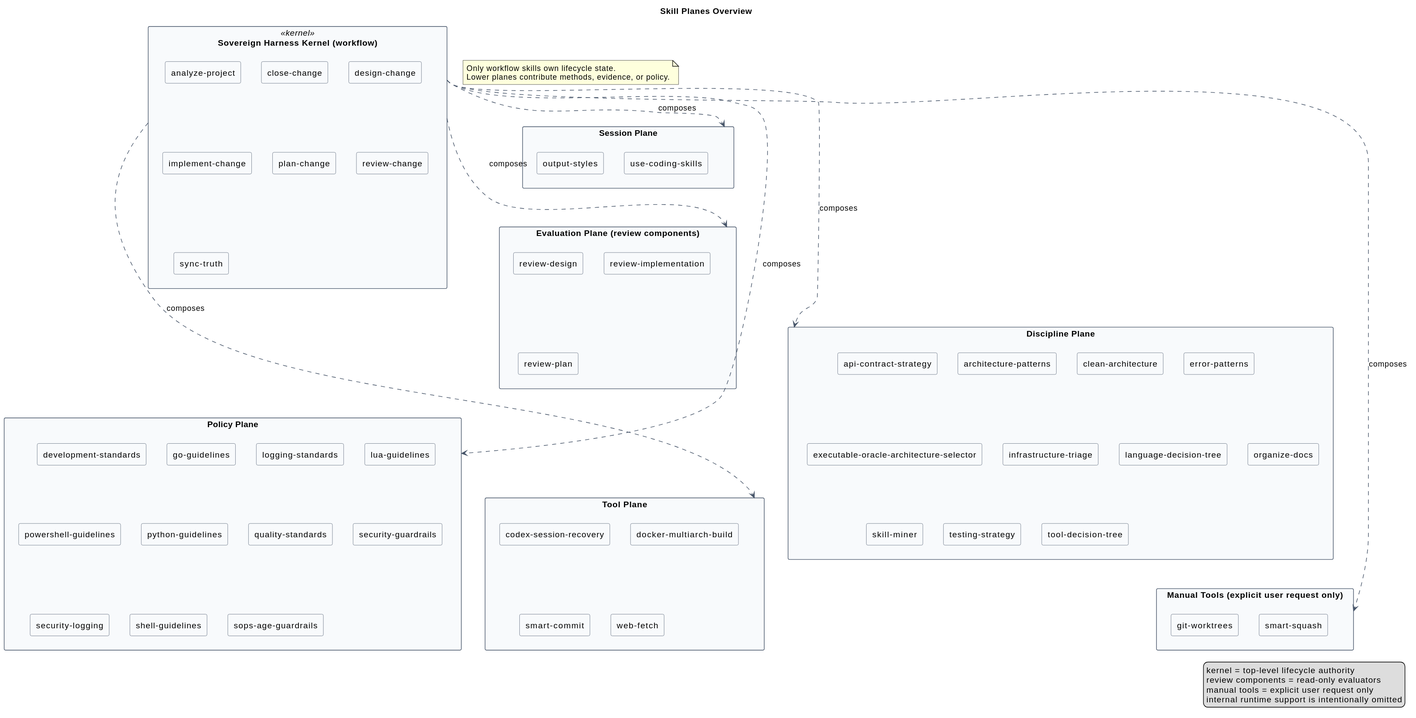
The PlantUML diagram docs/architecture/generated/skill-planes.svg in CsHeng/agent-skills, before a commit.
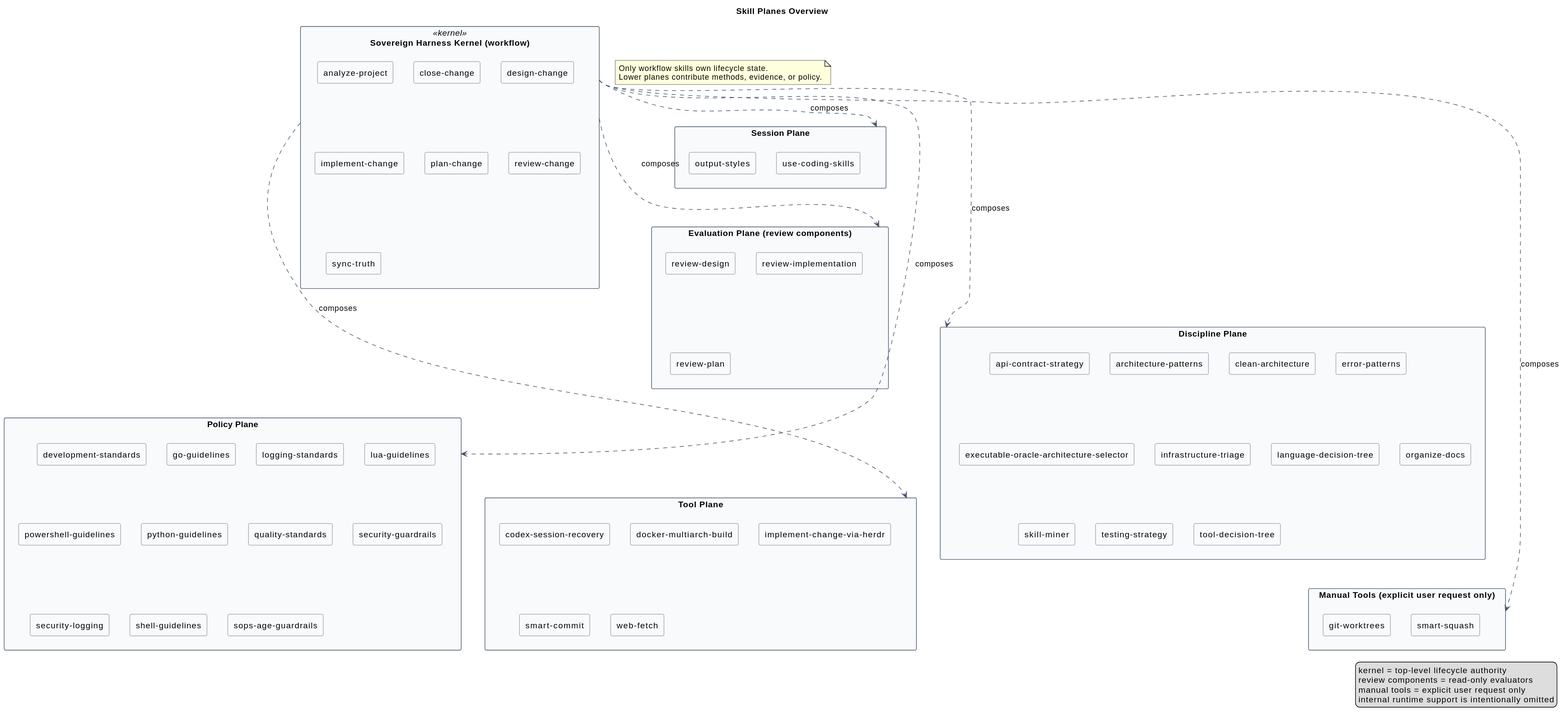
The same diagram one commit later.

What changed in the source:
```diff
@@ -61,6 +61,7 @@
 package "Tool Plane" as n_plane_tool {
   rectangle "codex-session-recovery" as n_codex_session_recovery
   rectangle "docker-multiarch-build" as n_docker_multiarch_build
+  rectangle "implement-change-via-herdr" as n_implement_change_via_herdr
   rectangle "smart-commit" as n_smart_commit
   rectangle "web-fetch" as n_web_fetch
 }
```
